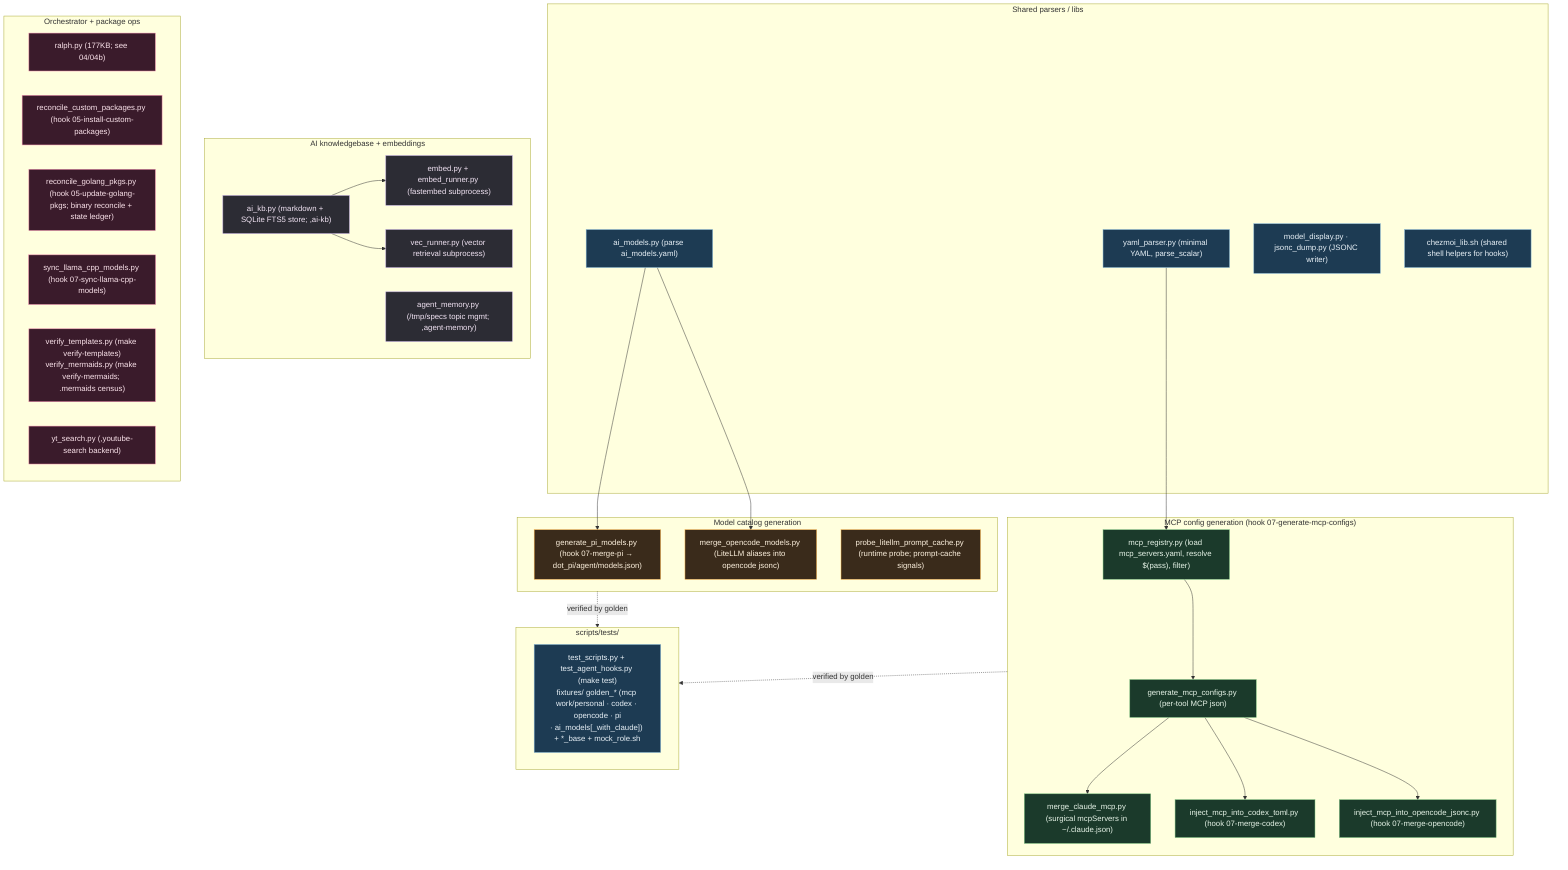
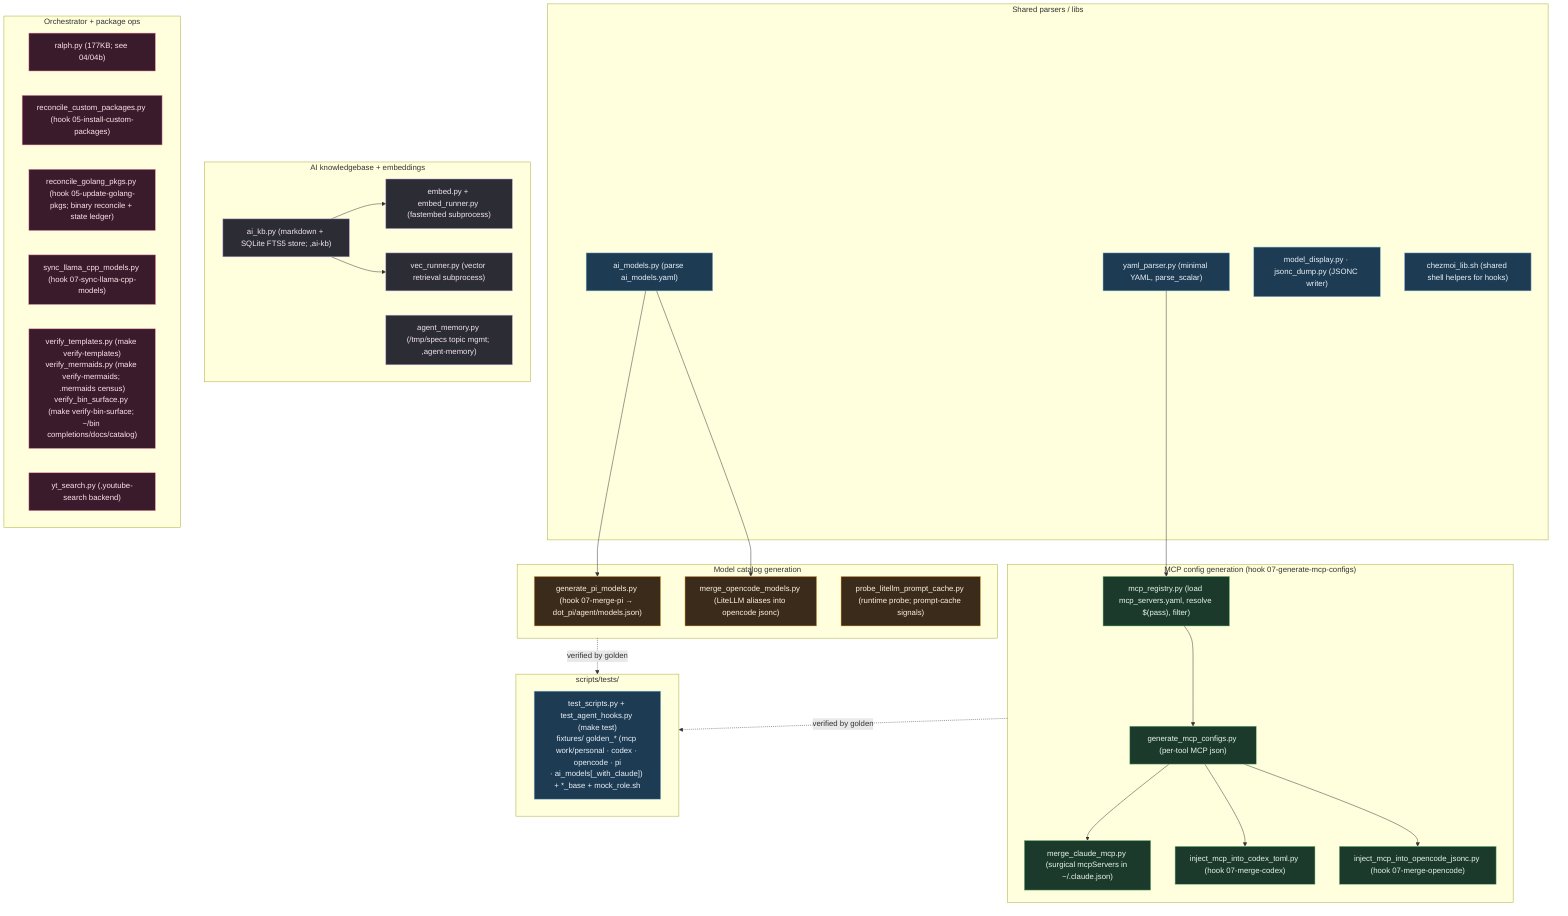
%% ============================================================================
- %% 11-scripts-helpers.mmd — Every file in scripts/ (44). Repo-side Python
+ %% 11-scripts-helpers.mmd — Every file in scripts/ (45). Repo-side Python
%% (stdlib only, no PyYAML) called by chezmoi 07-* hooks + ,bin commands.
%% Grouped by consumer. Shared parsers feed the generators/mergers.
%% ============================================================================
flowchart TB
    classDef shared fill:#1d3b53,stroke:#7fb3d5,color:#eaf2f8;
    classDef mcp fill:#1b3a2b,stroke:#81c784,color:#e8f5e9;
    classDef model fill:#3a2b1b,stroke:#ffb74d,color:#fff3e0;
    classDef ai fill:#2c2c34,stroke:#b39ddb,color:#f3e5f5;
    classDef misc fill:#3a1b2b,stroke:#f48fb1,color:#fce4ec;

    subgraph SHARED["Shared parsers / libs"]
        YP["yaml_parser.py (minimal YAML, parse_scalar)"]:::shared
        AM["ai_models.py (parse ai_models.yaml)"]:::shared
        MD["model_display.py · jsonc_dump.py (JSONC writer)"]:::shared
        CL["chezmoi_lib.sh (shared shell helpers for hooks)"]:::shared
    end

    subgraph MCPGEN["MCP config generation (hook 07-generate-mcp-configs)"]
        MR["mcp_registry.py (load mcp_servers.yaml, resolve $(pass), filter)"]:::mcp
        GMC["generate_mcp_configs.py (per-tool MCP json)"]:::mcp
        MCM["merge_claude_mcp.py (surgical mcpServers in ~/.claude.json)"]:::mcp
        ICT["inject_mcp_into_codex_toml.py (hook 07-merge-codex)"]:::mcp
        IOJ["inject_mcp_into_opencode_jsonc.py (hook 07-merge-opencode)"]:::mcp
    end
    YP --> MR --> GMC --> MCM & ICT & IOJ

    subgraph MODELGEN["Model catalog generation"]
        GPM["generate_pi_models.py (hook 07-merge-pi → dot_pi/agent/models.json)"]:::model
        MOM["merge_opencode_models.py (LiteLLM aliases into opencode jsonc)"]:::model
        PLP["probe_litellm_prompt_cache.py (runtime probe; prompt-cache signals)"]:::model
    end
    AM --> GPM & MOM

    subgraph AIKB["AI knowledgebase + embeddings"]
        KB["ai_kb.py (markdown + SQLite FTS5 store; ,ai-kb)"]:::ai
        EMB["embed.py + embed_runner.py (fastembed subprocess)"]:::ai
        VEC["vec_runner.py (vector retrieval subprocess)"]:::ai
        AGM["agent_memory.py (/tmp/specs topic mgmt; ,agent-memory)"]:::ai
    end
    KB --> EMB & VEC

    subgraph ORCH["Orchestrator + package ops"]
        RALPH["ralph.py (177KB; see 04/04b)"]:::misc
        RCP["reconcile_custom_packages.py (hook 05-install-custom-packages)"]:::misc
        RGP["reconcile_golang_pkgs.py (hook 05-update-golang-pkgs; binary reconcile + state ledger)"]:::misc
        SLC["sync_llama_cpp_models.py (hook 07-sync-llama-cpp-models)"]:::misc
-         VT["verify_templates.py (make verify-templates)<br/>verify_mermaids.py (make verify-mermaids; .mermaids census)"]:::misc
+         VT["verify_templates.py (make verify-templates)<br/>verify_mermaids.py (make verify-mermaids; .mermaids census)<br/>verify_bin_surface.py (make verify-bin-surface; ~/bin completions/docs/catalog)"]:::misc
        YT["yt_search.py (,youtube-search backend)"]:::misc
    end

    subgraph TESTS["scripts/tests/"]
        T["test_scripts.py + test_agent_hooks.py (make test)<br/>fixtures/ golden_* (mcp work/personal · codex · opencode · pi<br/>· ai_models[_with_claude]) + *_base + mock_role.sh"]:::shared
    end
    MCPGEN -.verified by golden.-> TESTS
    MODELGEN -.verified by golden.-> TESTS
